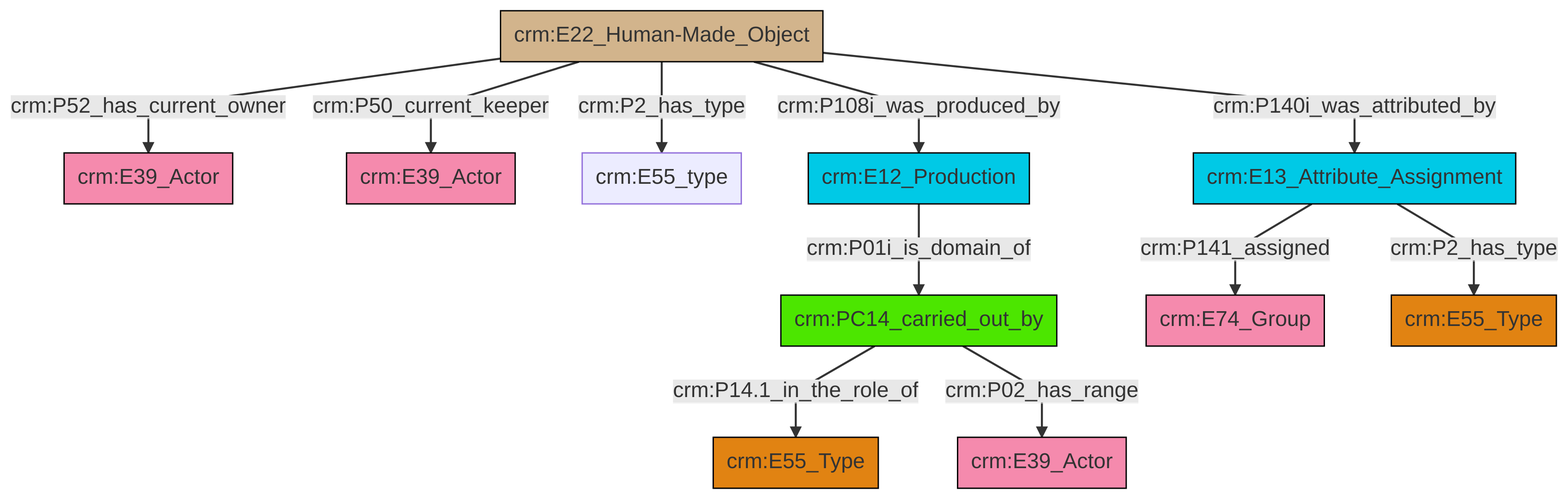
Above: et/artworkCSV/ttl/mmd/png/Artwork_Actor_Relations.png in swiss-art-research-net/docs.swissartresearch (Mermaid), before the change. Its source is kept beside it as et/artworkCSV/ttl/mmd/Artwork_Actor_Relations.ttl.mmd.
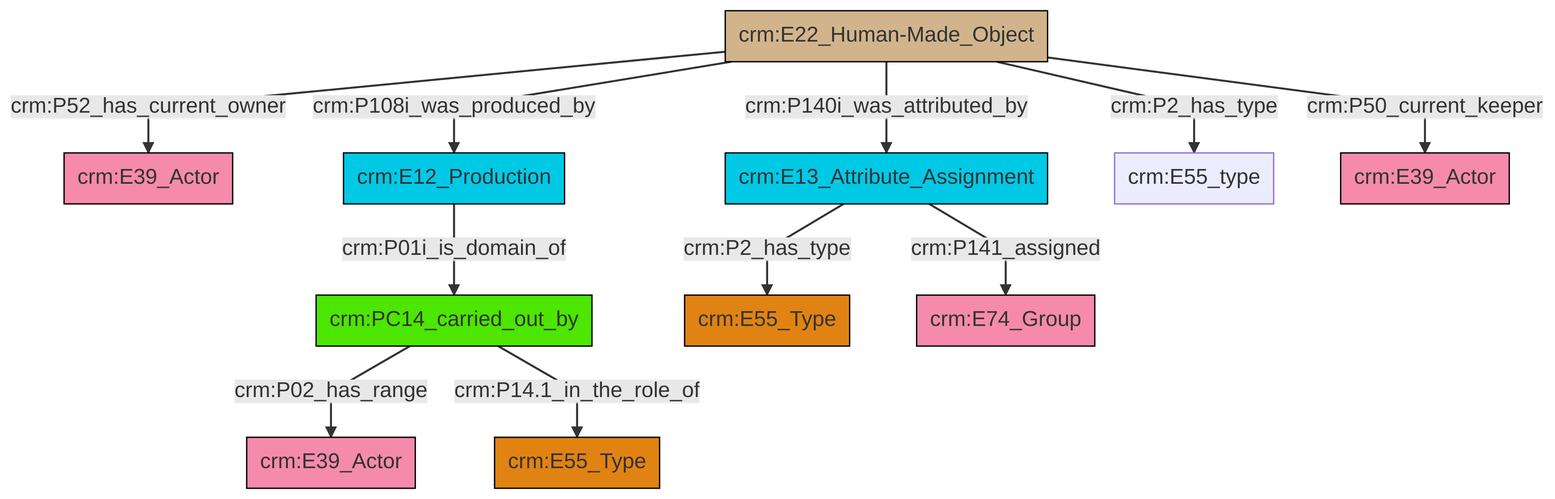
After the commit.

The edit, as a diff of the source:
```diff
@@ -13,13 +13,13 @@
 classDef PC_Classes fill:#4ce600, stroke:#000000;
 classDef Multi fill:#cccccc,stroke:#000000;
 
-4["crm:PC14_carried_out_by"]:::PC_Classes -->|crm:P14.1_in_the_role_of| 5["crm:E55_Type"]:::Type
-6["crm:E22_Human-Made_Object"]:::Physical_Thing -->|crm:P52_has_current_owner| 0["crm:E39_Actor"]:::Actor
-7["crm:E13_Attribute_Assignment"]:::Temporal_Entity -->|crm:P141_assigned| 2["crm:E74_Group"]:::Actor
-6["crm:E22_Human-Made_Object"]:::Physical_Thing -->|crm:P50_current_keeper| 8["crm:E39_Actor"]:::Actor
-6["crm:E22_Human-Made_Object"]:::Physical_Thing -->|crm:P2_has_type| 11["crm:E55_type"]:::Default
-6["crm:E22_Human-Made_Object"]:::Physical_Thing -->|crm:P108i_was_produced_by| 16["crm:E12_Production"]:::Temporal_Entity
-16["crm:E12_Production"]:::Temporal_Entity -->|crm:P01i_is_domain_of| 4["crm:PC14_carried_out_by"]:::PC_Classes
-6["crm:E22_Human-Made_Object"]:::Physical_Thing -->|crm:P140i_was_attributed_by| 7["crm:E13_Attribute_Assignment"]:::Temporal_Entity
-4["crm:PC14_carried_out_by"]:::PC_Classes -->|crm:P02_has_range| 18["crm:E39_Actor"]:::Actor
-7["crm:E13_Attribute_Assignment"]:::Temporal_Entity -->|crm:P2_has_type| 14["crm:E55_Type"]:::Type
+0["crm:E22_Human-Made_Object"]:::Physical_Thing -->|crm:P52_has_current_owner| 1["crm:E39_Actor"]:::Actor
+3["crm:PC14_carried_out_by"]:::PC_Classes -->|crm:P02_has_range| 4["crm:E39_Actor"]:::Actor
+0["crm:E22_Human-Made_Object"]:::Physical_Thing -->|crm:P140i_was_attributed_by| 12["crm:E13_Attribute_Assignment"]:::Temporal_Entity
+3["crm:PC14_carried_out_by"]:::PC_Classes -->|crm:P14.1_in_the_role_of| 13["crm:E55_Type"]:::Type
+14["crm:E12_Production"]:::Temporal_Entity -->|crm:P01i_is_domain_of| 3["crm:PC14_carried_out_by"]:::PC_Classes
+0["crm:E22_Human-Made_Object"]:::Physical_Thing -->|crm:P2_has_type| 15["crm:E55_type"]:::Default
+12["crm:E13_Attribute_Assignment"]:::Temporal_Entity -->|crm:P2_has_type| 5["crm:E55_Type"]:::Type
+12["crm:E13_Attribute_Assignment"]:::Temporal_Entity -->|crm:P141_assigned| 10["crm:E74_Group"]:::Actor
+0["crm:E22_Human-Made_Object"]:::Physical_Thing -->|crm:P50_current_keeper| 21["crm:E39_Actor"]:::Actor
+0["crm:E22_Human-Made_Object"]:::Physical_Thing -->|crm:P108i_was_produced_by| 14["crm:E12_Production"]:::Temporal_Entity
```
